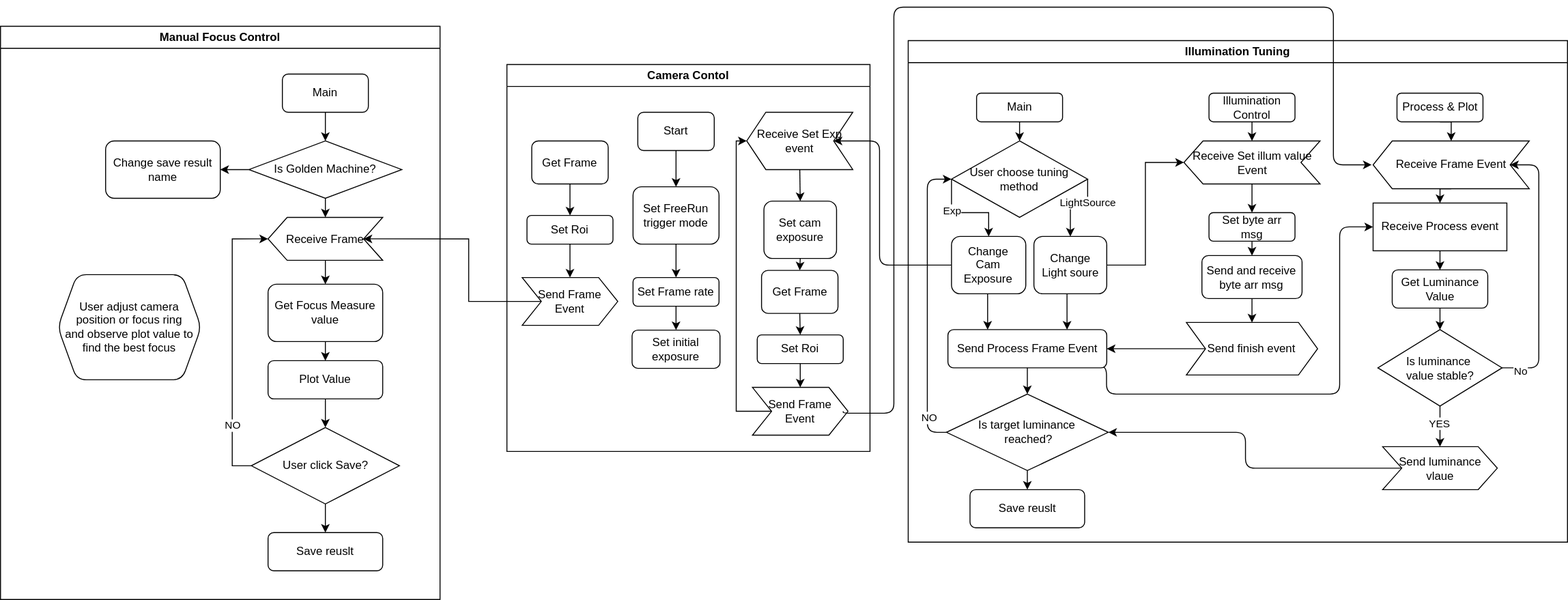
Above: VSAM1.drawio.svg in TONiiV/flowcharts (draw.io), before the change. Source tidied: cells renumbered, new cells last; positions are measured from the earlier drawing's top-left corner, leaving out a move shared by most shapes.
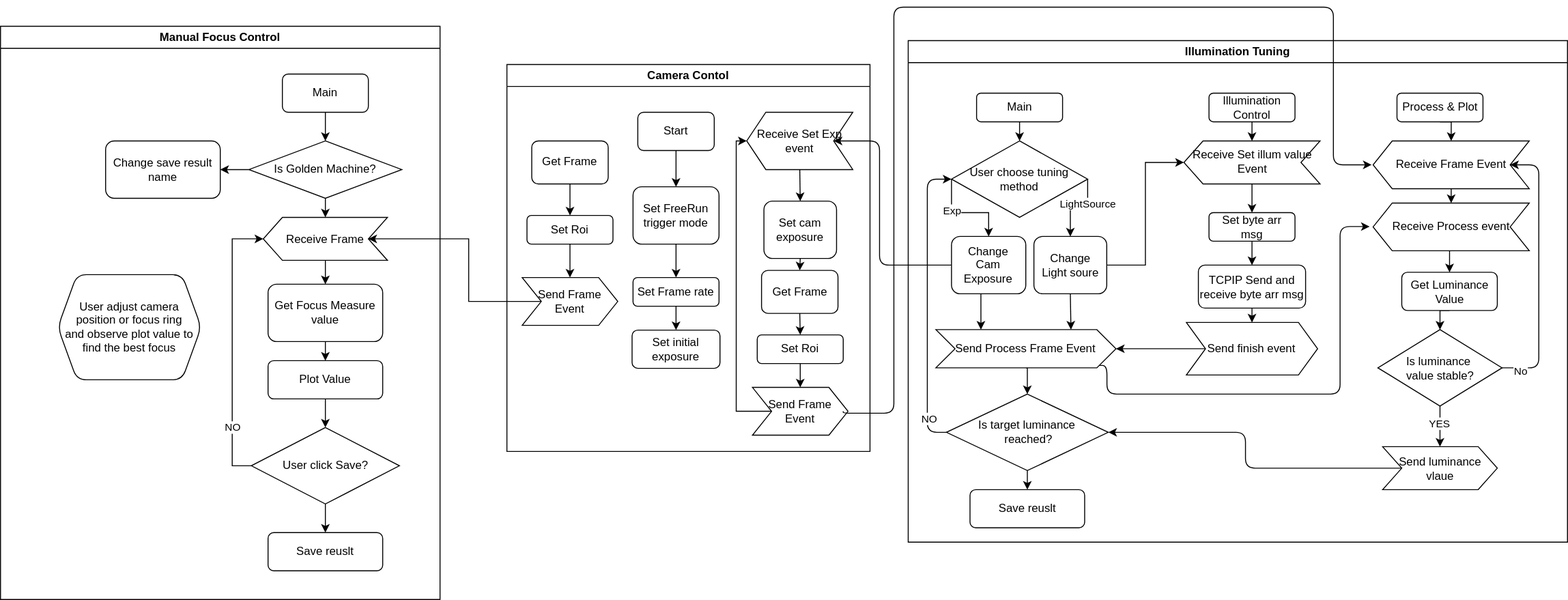
Later version of the same file.

Diff of the diagram source:
```diff
@@ -32,8 +32,8 @@
     <mxCell id="11" style="edgeStyle=orthogonalEdgeStyle;rounded=0;jettySize=auto;html=1;exitX=0.5;exitY=1;exitDx=0;exitDy=0;entryX=0.5;entryY=0;entryDx=0;entryDy=0;" parent="2" edge="1" source="12" target="16">
       <mxGeometry relative="1" as="geometry" />
     </mxCell>
-    <mxCell id="12" value="Send and receive byte arr msg" style="rounded=1;whiteSpace=wrap;html=1;" parent="2" vertex="1">
-      <mxGeometry x="307.4" y="225" width="104.8" height="45" as="geometry" />
+    <mxCell id="12" value="TCPIP Send and receive byte arr msg" style="rounded=1;whiteSpace=wrap;html=1;" parent="2" vertex="1">
+      <mxGeometry x="303.7" y="235" width="112.2" height="45" as="geometry" />
     </mxCell>
     <mxCell id="13" style="edgeStyle=orthogonalEdgeStyle;rounded=0;jettySize=auto;html=1;exitX=0.5;exitY=1;exitDx=0;exitDy=0;entryX=0.5;entryY=0;entryDx=0;entryDy=0;" parent="2" edge="1" source="14" target="10">
       <mxGeometry relative="1" as="geometry" />
@@ -91,27 +91,27 @@
     <mxCell id="26" value="Change&lt;div&gt;Cam Exposure&lt;/div&gt;" style="rounded=1;whiteSpace=wrap;html=1;" parent="2" vertex="1">
       <mxGeometry x="45.3" y="205" width="77.8" height="60" as="geometry" />
     </mxCell>
-    <mxCell id="27" style="edgeStyle=orthogonalEdgeStyle;rounded=1;jettySize=auto;html=1;exitX=0.902;exitY=0.938;exitDx=0;exitDy=0;entryX=0;entryY=0.5;entryDx=0;entryDy=0;jumpStyle=arc;curved=0;exitPerimeter=0;" parent="2" edge="1" source="29" target="31">
+    <mxCell id="27" style="edgeStyle=orthogonalEdgeStyle;rounded=1;jettySize=auto;html=1;exitX=0.902;exitY=0.938;exitDx=0;exitDy=0;entryX=1.022;entryY=0.493;entryDx=0;entryDy=0;jumpStyle=arc;curved=0;exitPerimeter=0;entryPerimeter=0;" parent="2" edge="1" source="29" target="31">
       <mxGeometry relative="1" as="geometry">
         <Array as="points">
-          <mxPoint x="207.6" y="340" />
-          <mxPoint x="207.6" y="370" />
-          <mxPoint x="451.6" y="370" />
-          <mxPoint x="451.6" y="195" />
+          <mxPoint x="208" y="340" />
+          <mxPoint x="208" y="370" />
+          <mxPoint x="452" y="370" />
+          <mxPoint x="452" y="195" />
         </Array>
       </mxGeometry>
     </mxCell>
     <mxCell id="28" style="edgeStyle=orthogonalEdgeStyle;rounded=0;jettySize=auto;html=1;exitX=0.5;exitY=1;exitDx=0;exitDy=0;entryX=0.5;entryY=0;entryDx=0;entryDy=0;" parent="2" edge="1" source="29" target="37">
       <mxGeometry relative="1" as="geometry" />
     </mxCell>
-    <mxCell id="29" value="Send Process Frame Event" style="rounded=1;whiteSpace=wrap;html=1;" parent="2" vertex="1">
-      <mxGeometry x="41.6" y="302.5" width="166.2" height="40" as="geometry" />
+    <mxCell id="29" value="Send Process Frame Event" style="rounded=0;whiteSpace=wrap;html=1;shape=step;perimeter=stepPerimeter;fixedSize=1;strokeColor=default;shadow=0;" parent="2" vertex="1">
+      <mxGeometry x="29" y="302.5" width="188.4" height="40" as="geometry" />
     </mxCell>
     <mxCell id="30" style="edgeStyle=orthogonalEdgeStyle;rounded=0;jettySize=auto;html=1;exitX=0.5;exitY=1;exitDx=0;exitDy=0;entryX=0.5;entryY=0;entryDx=0;entryDy=0;" parent="2" edge="1" source="31" target="39">
       <mxGeometry relative="1" as="geometry" />
     </mxCell>
-    <mxCell id="31" value="Receive Process event" style="whiteSpace=wrap;html=1;rounded=0;" parent="2" vertex="1">
-      <mxGeometry x="486.6" y="170" width="140" height="50" as="geometry" />
+    <mxCell id="31" value="Receive Process event" style="whiteSpace=wrap;html=1;rounded=0;shape=step;perimeter=stepPerimeter;fixedSize=1;flipH=1;" parent="2" vertex="1">
+      <mxGeometry x="486.6" y="170" width="163.4" height="50" as="geometry" />
     </mxCell>
     <mxCell id="32" style="edgeStyle=orthogonalEdgeStyle;rounded=0;jettySize=auto;html=1;exitX=0.5;exitY=1;exitDx=0;exitDy=0;entryX=0.5;entryY=0;entryDx=0;entryDy=0;" parent="2" edge="1" source="33" target="31">
       <mxGeometry relative="1" as="geometry" />
@@ -142,7 +142,7 @@
       <mxGeometry relative="1" as="geometry" />
     </mxCell>
     <mxCell id="39" value="Get Luminance Value" style="rounded=1;whiteSpace=wrap;html=1;" parent="2" vertex="1">
-      <mxGeometry x="506.6" y="240" width="100" height="40" as="geometry" />
+      <mxGeometry x="516.6" y="242.5" width="100" height="40" as="geometry" />
     </mxCell>
     <mxCell id="40" style="edgeStyle=orthogonalEdgeStyle;rounded=1;jettySize=auto;html=1;exitX=1;exitY=0.5;exitDx=0;exitDy=0;entryX=1;entryY=0.5;entryDx=0;entryDy=0;curved=0;" parent="2" edge="1" source="44" target="33">
       <mxGeometry relative="1" as="geometry">
@@ -307,7 +307,7 @@
       <mxGeometry relative="1" as="geometry" />
     </mxCell>
     <mxCell id="85" value="Receive Frame" style="shape=step;perimeter=stepPerimeter;whiteSpace=wrap;html=1;fixedSize=1;flipH=1;" parent="73" vertex="1">
-      <mxGeometry x="280" y="200" width="120" height="45" as="geometry" />
+      <mxGeometry x="275" y="200" width="130" height="45" as="geometry" />
     </mxCell>
     <mxCell id="86" value="User adjust camera position or focus ring&lt;div&gt;and observe plot value to find the best focus&lt;/div&gt;" style="rounded=1;whiteSpace=wrap;html=1;shape=hexagon;perimeter=hexagonPerimeter2;fixedSize=1;" parent="73" vertex="1">
       <mxGeometry x="60" y="260" width="150" height="110" as="geometry" />
```
